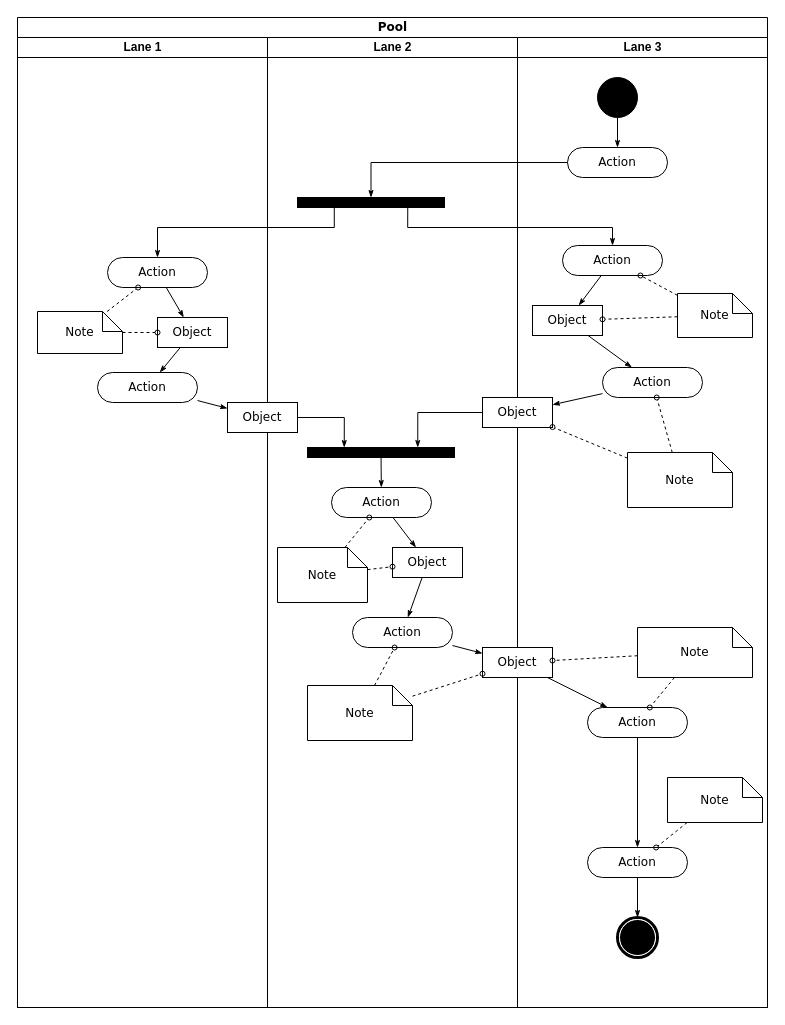
Above: page "Page-1" (1 of 2) of Untitled Diagram.drawio in deburca98/Student-Report-Card (draw.io), before the change. Source tidied: cells renumbered, new cells numbered last; positions are measured from the earlier drawing's top-left corner, leaving out a move shared by most shapes. Both pictures are drawn from the tidied source at 100%, with x=0, y=0 at pixel (17, 17).
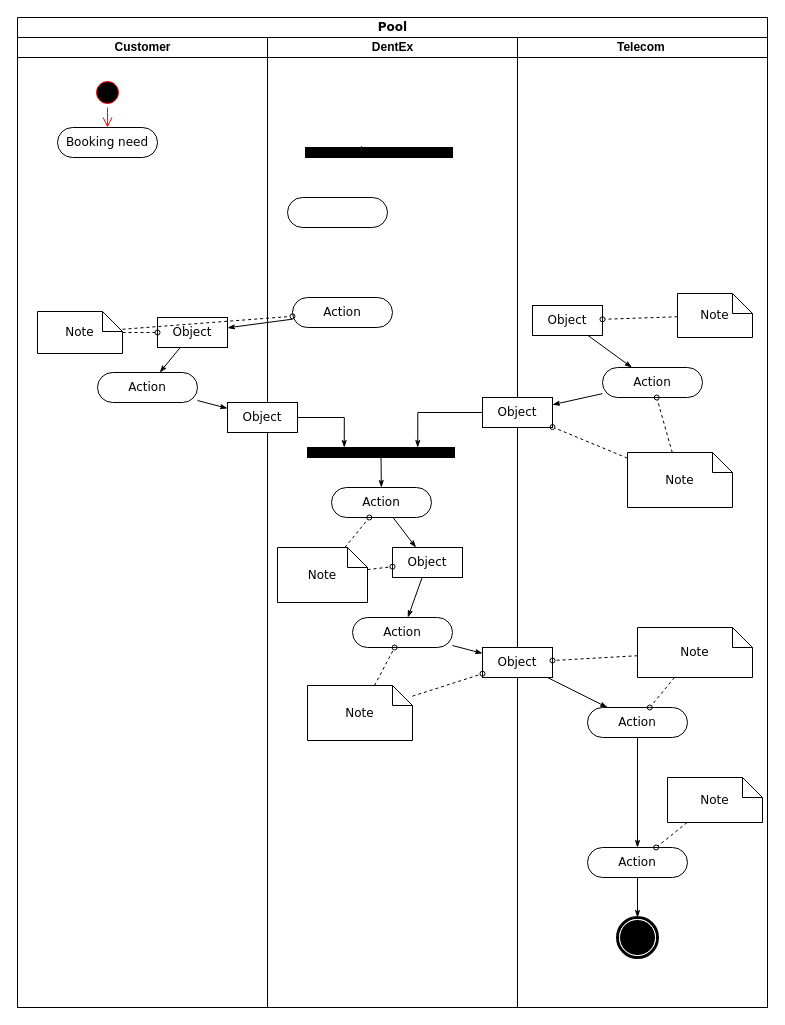
Above is the later version.

The change refers to these unchanged cells:
```xml
<mxCell id="2" value="Pool" style="swimlane;html=1;startSize=20;rounded=0;shadow=0;comic=0;labelBackgroundColor=none;strokeWidth=1;fontFamily=Verdana;fontSize=12;align=center;" parent="1" vertex="1">
  <mxGeometry width="750" height="990" as="geometry" />
</mxCell>
<mxCell id="8" value="Object" style="rounded=0;whiteSpace=wrap;html=1;shadow=0;comic=0;labelBackgroundColor=none;strokeWidth=1;fontFamily=Verdana;fontSize=12;align=center;arcSize=50;" parent="3" vertex="1">
  <mxGeometry x="140" y="280" width="70" height="30" as="geometry" />
</mxCell>
<mxCell id="11" value="Note" style="shape=note;whiteSpace=wrap;html=1;rounded=0;shadow=0;comic=0;labelBackgroundColor=none;strokeWidth=1;fontFamily=Verdana;fontSize=12;align=center;size=20;" parent="3" vertex="1">
  <mxGeometry x="20" y="274" width="85" height="42" as="geometry" />
</mxCell>
<mxCell id="37" value="Object" style="rounded=0;whiteSpace=wrap;html=1;shadow=0;comic=0;labelBackgroundColor=none;strokeWidth=1;fontFamily=Verdana;fontSize=12;align=center;arcSize=50;" parent="28" vertex="1">
  <mxGeometry x="15" y="268" width="70" height="30" as="geometry" />
</mxCell>
<mxCell id="48" value="Note" style="shape=note;whiteSpace=wrap;html=1;rounded=0;shadow=0;comic=0;labelBackgroundColor=none;strokeWidth=1;fontFamily=Verdana;fontSize=12;align=center;size=20;" parent="28" vertex="1">
  <mxGeometry x="160" y="256" width="75" height="44" as="geometry" />
</mxCell>
```

Diff of the diagram source:
```diff
@@
-    <mxCell id="3" value="Lane 1" style="swimlane;html=1;startSize=20;" parent="2" vertex="1">
+    <mxCell id="3" value="Customer" style="swimlane;html=1;startSize=20;" parent="2" vertex="1">
       <mxGeometry y="20" width="250" height="970" as="geometry" />
     </mxCell>
-    <mxCell id="4" style="edgeStyle=none;rounded=0;html=1;labelBackgroundColor=none;startArrow=none;startFill=0;startSize=5;endArrow=classicThin;endFill=1;endSize=5;jettySize=auto;strokeWidth=1;fontFamily=Verdana;fontSize=12;" parent="3" edge="1" source="5" target="8">
-      <mxGeometry relative="1" as="geometry" />
-    </mxCell>
-    <mxCell id="5" value="Action" style="rounded=1;whiteSpace=wrap;html=1;shadow=0;comic=0;labelBackgroundColor=none;strokeWidth=1;fontFamily=Verdana;fontSize=12;align=center;arcSize=50;" parent="3" vertex="1">
-      <mxGeometry x="90" y="220" width="100" height="30" as="geometry" />
-    </mxCell>
@@
-    <mxCell id="9" style="edgeStyle=none;rounded=0;html=1;labelBackgroundColor=none;startArrow=none;startFill=0;startSize=5;endArrow=oval;endFill=0;endSize=5;jettySize=auto;strokeWidth=1;fontFamily=Verdana;fontSize=12;dashed=1;" parent="3" edge="1" source="11" target="5">
-      <mxGeometry relative="1" as="geometry" />
-    </mxCell>
@@
+    <mxCell id="64" style="ellipse;html=1;shape=startState;fillColor=#000000;strokeColor=#ff0000;" parent="3" vertex="1">
+      <mxGeometry x="75" y="40" width="30" height="30" as="geometry" />
+    </mxCell>
+    <mxCell id="65" style="edgeStyle=orthogonalEdgeStyle;html=1;verticalAlign=bottom;endArrow=open;endSize=8;strokeColor=#ff0000;" parent="3" edge="1" source="64">
+      <mxGeometry relative="1" as="geometry">
+        <mxPoint x="90" y="90" as="targetPoint" />
+      </mxGeometry>
+    </mxCell>
+    <mxCell id="66" value="Booking need" style="rounded=1;whiteSpace=wrap;html=1;shadow=0;comic=0;labelBackgroundColor=none;strokeWidth=1;fontFamily=Verdana;fontSize=12;align=center;arcSize=50;" parent="3" vertex="1">
+      <mxGeometry x="40" y="90" width="100" height="30" as="geometry" />
+    </mxCell>
-    <mxCell id="12" value="Lane 2" style="swimlane;html=1;startSize=20;" parent="2" vertex="1">
+    <mxCell id="12" value="DentEx" style="swimlane;html=1;startSize=20;" parent="2" vertex="1">
       <mxGeometry x="250" y="20" width="250" height="970" as="geometry" />
     </mxCell>
-    <mxCell id="13" style="whiteSpace=wrap;html=1;rounded=0;shadow=0;comic=0;labelBackgroundColor=none;strokeWidth=1;fillColor=#000000;fontFamily=Verdana;fontSize=12;align=center;rotation=0;" parent="12" vertex="1">
-      <mxGeometry x="30" y="160" width="147" height="10" as="geometry" />
-    </mxCell>
@@
+    <mxCell id="5" value="Action" style="rounded=1;whiteSpace=wrap;html=1;shadow=0;comic=0;labelBackgroundColor=none;strokeWidth=1;fontFamily=Verdana;fontSize=12;align=center;arcSize=50;" parent="12" vertex="1">
+      <mxGeometry x="25" y="260" width="100" height="30" as="geometry" />
+    </mxCell>
+    <mxCell id="13" style="whiteSpace=wrap;html=1;rounded=0;shadow=0;comic=0;labelBackgroundColor=none;strokeWidth=1;fillColor=#000000;fontFamily=Verdana;fontSize=12;align=center;rotation=0;" parent="12" vertex="1">
+      <mxGeometry x="38" y="110" width="147" height="10" as="geometry" />
+    </mxCell>
+    <mxCell id="67" style="edgeStyle=orthogonalEdgeStyle;rounded=0;orthogonalLoop=1;jettySize=auto;html=1;exitX=0.25;exitY=0;exitDx=0;exitDy=0;entryX=0.381;entryY=-0.2;entryDx=0;entryDy=0;entryPerimeter=0;" parent="12" edge="1" source="13" target="13">
+      <mxGeometry relative="1" as="geometry" />
+    </mxCell>
+    <mxCell id="68" style="rounded=1;whiteSpace=wrap;html=1;shadow=0;comic=0;labelBackgroundColor=none;strokeWidth=1;fontFamily=Verdana;fontSize=12;align=center;arcSize=50;" parent="12" vertex="1">
+      <mxGeometry x="20" y="160" width="100" height="30" as="geometry" />
+    </mxCell>
-    <mxCell id="28" value="Lane 3" style="swimlane;html=1;startSize=20;" parent="2" vertex="1">
+    <mxCell id="28" value="Telecom&amp;nbsp;" style="swimlane;html=1;startSize=20;" parent="2" vertex="1">
       <mxGeometry x="500" y="20" width="250" height="970" as="geometry" />
     </mxCell>
-    <mxCell id="29" style="edgeStyle=orthogonalEdgeStyle;rounded=0;html=1;labelBackgroundColor=none;startArrow=none;startFill=0;startSize=5;endArrow=classicThin;endFill=1;endSize=5;jettySize=auto;strokeWidth=1;fontFamily=Verdana;fontSize=12;" parent="28" edge="1" source="30" target="31">
-      <mxGeometry relative="1" as="geometry" />
-    </mxCell>
-    <mxCell id="30" style="ellipse;whiteSpace=wrap;html=1;rounded=0;shadow=0;comic=0;labelBackgroundColor=none;strokeWidth=1;fillColor=#000000;fontFamily=Verdana;fontSize=12;align=center;" parent="28" vertex="1">
-      <mxGeometry x="80" y="40" width="40" height="40" as="geometry" />
-    </mxCell>
-    <mxCell id="31" value="Action" style="rounded=1;whiteSpace=wrap;html=1;shadow=0;comic=0;labelBackgroundColor=none;strokeWidth=1;fontFamily=Verdana;fontSize=12;align=center;arcSize=50;" parent="28" vertex="1">
-      <mxGeometry x="50" y="110" width="100" height="30" as="geometry" />
-    </mxCell>
-    <mxCell id="32" style="rounded=0;html=1;labelBackgroundColor=none;startArrow=none;startFill=0;startSize=5;endArrow=classicThin;endFill=1;endSize=5;jettySize=auto;strokeWidth=1;fontFamily=Verdana;fontSize=12;" parent="28" edge="1" source="33" target="37">
-      <mxGeometry relative="1" as="geometry" />
-    </mxCell>
-    <mxCell id="33" value="Action" style="rounded=1;whiteSpace=wrap;html=1;shadow=0;comic=0;labelBackgroundColor=none;strokeWidth=1;fontFamily=Verdana;fontSize=12;align=center;arcSize=50;" parent="28" vertex="1">
-      <mxGeometry x="45" y="208" width="100" height="30" as="geometry" />
-    </mxCell>
@@
-    <mxCell id="46" style="edgeStyle=none;rounded=0;html=1;dashed=1;labelBackgroundColor=none;startArrow=none;startFill=0;startSize=5;endArrow=oval;endFill=0;endSize=5;jettySize=auto;strokeWidth=1;fontFamily=Verdana;fontSize=12;" parent="28" edge="1" source="48" target="33">
-      <mxGeometry relative="1" as="geometry" />
-    </mxCell>
@@
-    <mxCell id="57" style="edgeStyle=orthogonalEdgeStyle;rounded=0;html=1;entryX=0.5;entryY=0;labelBackgroundColor=none;startArrow=none;startFill=0;startSize=5;endArrow=classicThin;endFill=1;endSize=5;jettySize=auto;strokeWidth=1;fontFamily=Verdana;fontSize=12;" parent="2" edge="1" source="31" target="13">
-      <mxGeometry relative="1" as="geometry">
-        <Array as="points">
-          <mxPoint x="354" y="145" />
-        </Array>
-      </mxGeometry>
-    </mxCell>
-    <mxCell id="58" style="edgeStyle=orthogonalEdgeStyle;rounded=0;html=1;exitX=0.75;exitY=1;labelBackgroundColor=none;startArrow=none;startFill=0;startSize=5;endArrow=classicThin;endFill=1;endSize=5;jettySize=auto;strokeWidth=1;fontFamily=Verdana;fontSize=12;" parent="2" edge="1" source="13" target="33">
-      <mxGeometry relative="1" as="geometry">
-        <Array as="points">
-          <mxPoint x="390" y="210" />
-          <mxPoint x="595" y="210" />
-        </Array>
-      </mxGeometry>
-    </mxCell>
-    <mxCell id="59" style="edgeStyle=orthogonalEdgeStyle;rounded=0;html=1;exitX=0.25;exitY=1;entryX=0.5;entryY=0;labelBackgroundColor=none;startArrow=none;startFill=0;startSize=5;endArrow=classicThin;endFill=1;endSize=5;jettySize=auto;strokeWidth=1;fontFamily=Verdana;fontSize=12;" parent="2" edge="1" source="13" target="5">
-      <mxGeometry relative="1" as="geometry">
-        <Array as="points">
-          <mxPoint x="317" y="210" />
-          <mxPoint x="140" y="210" />
-        </Array>
-      </mxGeometry>
-    </mxCell>
@@
+    <mxCell id="4" style="edgeStyle=none;rounded=0;html=1;labelBackgroundColor=none;startArrow=none;startFill=0;startSize=5;endArrow=classicThin;endFill=1;endSize=5;jettySize=auto;strokeWidth=1;fontFamily=Verdana;fontSize=12;" parent="2" edge="1" source="5" target="8">
+      <mxGeometry relative="1" as="geometry" />
+    </mxCell>
+    <mxCell id="9" style="edgeStyle=none;rounded=0;html=1;labelBackgroundColor=none;startArrow=none;startFill=0;startSize=5;endArrow=oval;endFill=0;endSize=5;jettySize=auto;strokeWidth=1;fontFamily=Verdana;fontSize=12;dashed=1;" parent="2" edge="1" source="11" target="5">
+      <mxGeometry relative="1" as="geometry" />
+    </mxCell>
```
